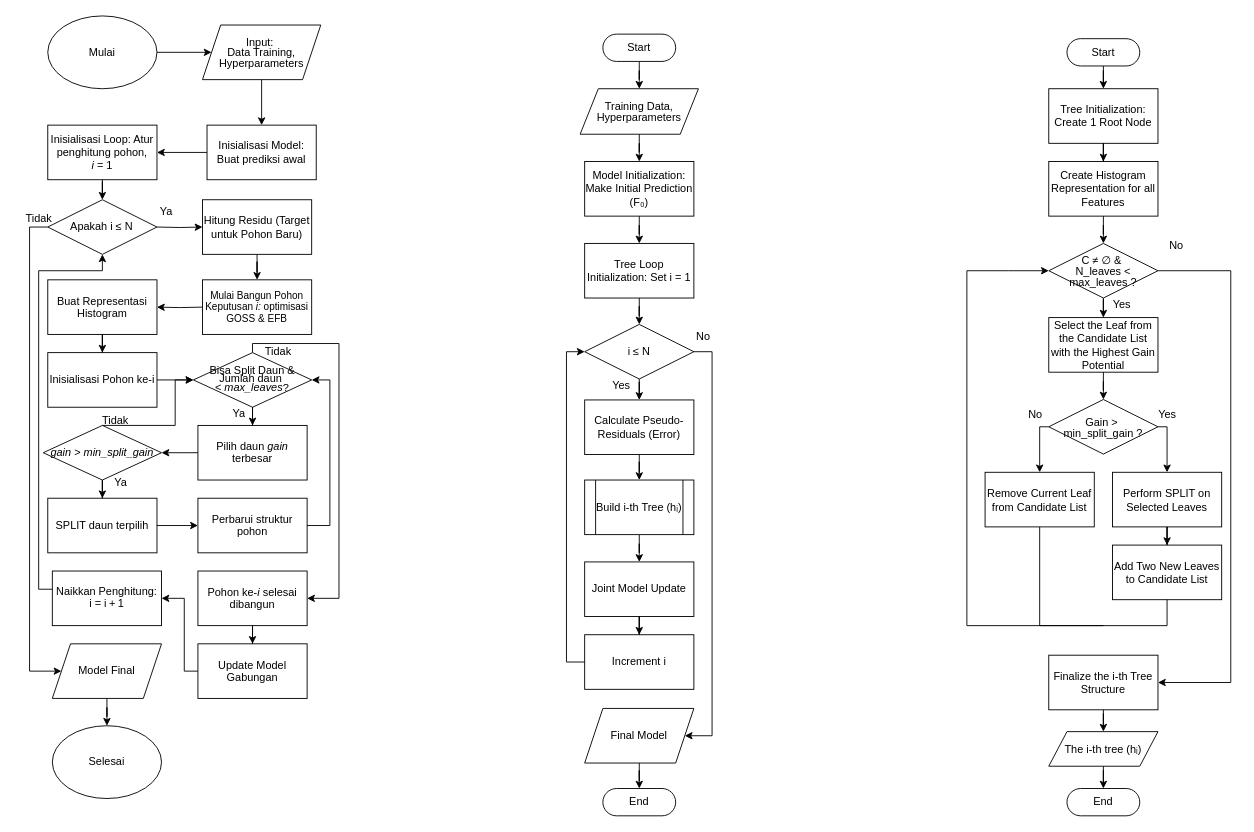
The draw.io diagram diagrams/Flowchart LGBM 2 .drawio in fadhilra101/skripsi, before the edit. Source tidied: cells renumbered, new cells numbered last; positions are measured from the earlier drawing's top-left corner, leaving out a move shared by most shapes. Both pictures are drawn from the tidied source at 91%, with x=0, y=0 at pixel (15, 15).
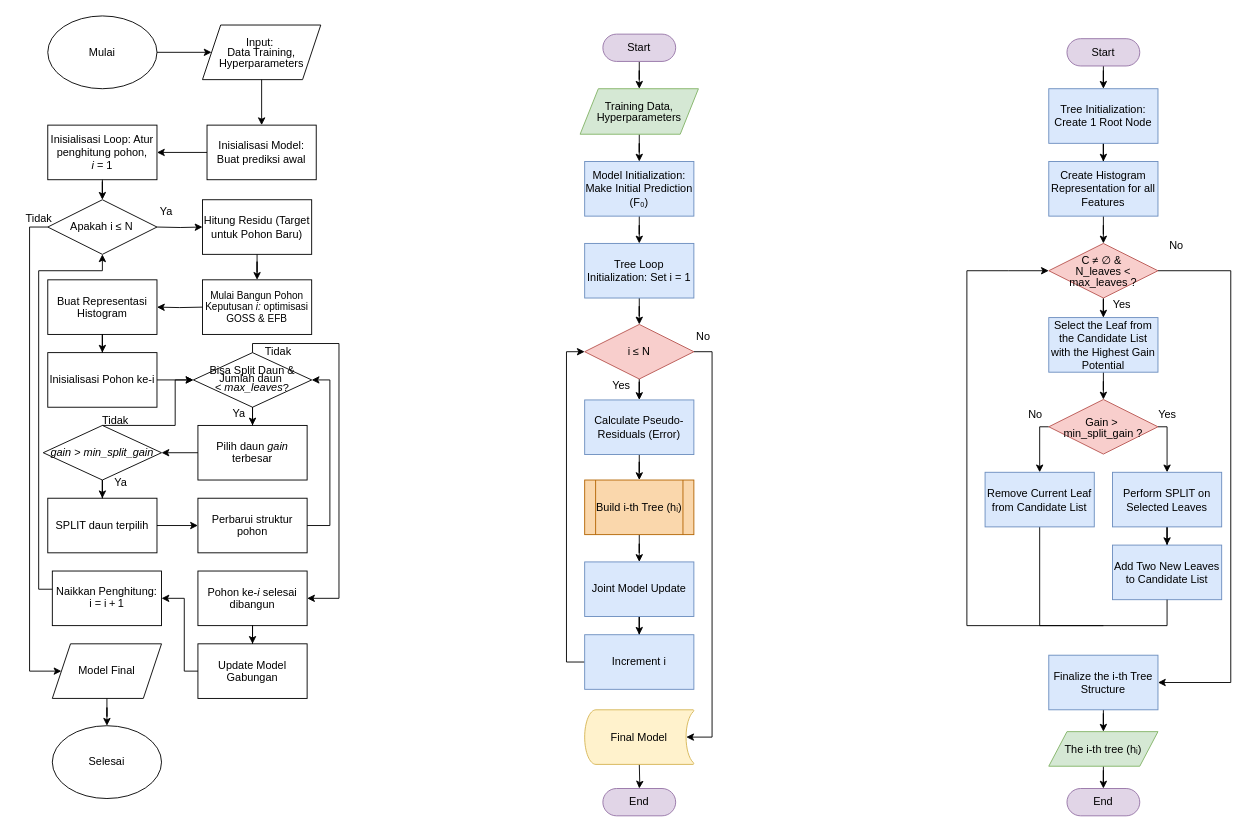
Above is the later version.

What changed in the source:
```diff
@@
-    <mxCell id="49" value="Start" style="html=1;dashed=0;whiteSpace=wrap;shape=mxgraph.dfd.start;" parent="1" vertex="1">
+    <mxCell id="49" value="Start" style="html=1;dashed=0;whiteSpace=wrap;shape=mxgraph.dfd.start;fillColor=#e1d5e7;strokeColor=#9673a6;" parent="1" vertex="1">
       <mxGeometry x="645" y="20" width="80" height="30" as="geometry" />
     </mxCell>
@@
-    <mxCell id="51" value="&lt;div style=&quot;line-height: 100%;&quot;&gt;Training Data, Hyperparameters&lt;/div&gt;" style="shape=parallelogram;perimeter=parallelogramPerimeter;whiteSpace=wrap;html=1;fixedSize=1;strokeColor=default;align=center;verticalAlign=middle;fontFamily=Helvetica;fontSize=12;fontColor=default;fillColor=none;" parent="1" vertex="1">
+    <mxCell id="51" value="&lt;div style=&quot;line-height: 100%;&quot;&gt;Training Data, Hyperparameters&lt;/div&gt;" style="shape=parallelogram;perimeter=parallelogramPerimeter;whiteSpace=wrap;html=1;fixedSize=1;strokeColor=#82b366;align=center;verticalAlign=middle;fontFamily=Helvetica;fontSize=12;fillColor=#d5e8d4;" parent="1" vertex="1">
       <mxGeometry x="620" y="80" width="130" height="50" as="geometry" />
     </mxCell>
@@
-    <mxCell id="53" value="Model Initialization: Make Initial Prediction (F₀)" style="rounded=0;whiteSpace=wrap;html=1;strokeColor=default;align=center;verticalAlign=middle;fontFamily=Helvetica;fontSize=12;fontColor=default;fillColor=none;" parent="1" vertex="1">
+    <mxCell id="53" value="Model Initialization: Make Initial Prediction (F₀)" style="rounded=0;whiteSpace=wrap;html=1;strokeColor=#6c8ebf;align=center;verticalAlign=middle;fontFamily=Helvetica;fontSize=12;fillColor=#dae8fc;" parent="1" vertex="1">
       <mxGeometry x="625" y="160" width="120" height="60" as="geometry" />
     </mxCell>
@@
-    <mxCell id="55" value="Tree Loop Initialization: Set i = 1" style="rounded=0;whiteSpace=wrap;html=1;strokeColor=default;align=center;verticalAlign=middle;fontFamily=Helvetica;fontSize=12;fontColor=default;fillColor=none;" parent="1" vertex="1">
+    <mxCell id="55" value="Tree Loop Initialization: Set i = 1" style="rounded=0;whiteSpace=wrap;html=1;strokeColor=#6c8ebf;align=center;verticalAlign=middle;fontFamily=Helvetica;fontSize=12;fillColor=#dae8fc;" parent="1" vertex="1">
       <mxGeometry x="625" y="250" width="120" height="60" as="geometry" />
     </mxCell>
@@
-    <mxCell id="57" style="edgeStyle=orthogonalEdgeStyle;rounded=0;jettySize=auto;html=1;entryX=1;entryY=0.5;entryDx=0;entryDy=0;" parent="1" edge="1" source="58" target="68">
+    <mxCell id="57" style="edgeStyle=orthogonalEdgeStyle;rounded=0;jettySize=auto;html=1;entryX=0.93;entryY=0.5;entryDx=0;entryDy=0;entryPerimeter=0;" parent="1" edge="1" source="58" target="68">
       <mxGeometry relative="1" as="geometry">
         <Array as="points">
           <mxPoint x="765" y="369" />
-          <mxPoint x="765" y="791" />
+          <mxPoint x="765" y="793" />
         </Array>
       </mxGeometry>
     </mxCell>
-    <mxCell id="58" value="i ≤ N" style="rhombus;whiteSpace=wrap;html=1;fillColor=none;" parent="1" vertex="1">
+    <mxCell id="58" value="i ≤ N" style="rhombus;whiteSpace=wrap;html=1;fillColor=#f8cecc;strokeColor=#b85450;" parent="1" vertex="1">
       <mxGeometry x="625" y="339" width="120" height="60" as="geometry" />
     </mxCell>
@@
-    <mxCell id="60" value="Calculate Pseudo-Residuals (Error)" style="rounded=0;whiteSpace=wrap;html=1;strokeColor=default;align=center;verticalAlign=middle;fontFamily=Helvetica;fontSize=12;fontColor=default;fillColor=none;" parent="1" vertex="1">
+    <mxCell id="60" value="Calculate Pseudo-Residuals (Error)" style="rounded=0;whiteSpace=wrap;html=1;strokeColor=#6c8ebf;align=center;verticalAlign=middle;fontFamily=Helvetica;fontSize=12;fillColor=#dae8fc;" parent="1" vertex="1">
       <mxGeometry x="625" y="422" width="120" height="60" as="geometry" />
     </mxCell>
@@
-    <mxCell id="62" value="Build i-th Tree (hᵢ)" style="shape=process;whiteSpace=wrap;html=1;backgroundOutline=1;" parent="1" vertex="1">
+    <mxCell id="62" value="Build i-th Tree (hᵢ)" style="shape=process;whiteSpace=wrap;html=1;backgroundOutline=1;fillColor=#fad7ac;strokeColor=#b46504;" parent="1" vertex="1">
       <mxGeometry x="625" y="510" width="120" height="60" as="geometry" />
     </mxCell>
@@
-    <mxCell id="64" value="Joint Model Update" style="rounded=0;whiteSpace=wrap;html=1;strokeColor=default;align=center;verticalAlign=middle;fontFamily=Helvetica;fontSize=12;fontColor=default;fillColor=none;" parent="1" vertex="1">
+    <mxCell id="64" value="Joint Model Update" style="rounded=0;whiteSpace=wrap;html=1;strokeColor=#6c8ebf;align=center;verticalAlign=middle;fontFamily=Helvetica;fontSize=12;fillColor=#dae8fc;" parent="1" vertex="1">
       <mxGeometry x="625" y="600" width="120" height="60" as="geometry" />
     </mxCell>
@@
-    <mxCell id="66" value="&lt;div&gt;Increment i&lt;/div&gt;" style="rounded=0;whiteSpace=wrap;html=1;strokeColor=default;align=center;verticalAlign=middle;fontFamily=Helvetica;fontSize=12;fontColor=default;fillColor=none;" parent="1" vertex="1">
+    <mxCell id="66" value="&lt;div&gt;Increment i&lt;/div&gt;" style="rounded=0;whiteSpace=wrap;html=1;strokeColor=#6c8ebf;align=center;verticalAlign=middle;fontFamily=Helvetica;fontSize=12;fillColor=#dae8fc;" parent="1" vertex="1">
       <mxGeometry x="625" y="680" width="120" height="60" as="geometry" />
     </mxCell>
-    <mxCell id="67" style="edgeStyle=orthogonalEdgeStyle;rounded=0;jettySize=auto;html=1;" parent="1" edge="1" source="68" target="69">
-      <mxGeometry relative="1" as="geometry" />
+    <mxCell id="67" style="edgeStyle=orthogonalEdgeStyle;rounded=0;jettySize=auto;html=1;" parent="1" edge="1" target="69">
+      <mxGeometry relative="1" as="geometry">
+        <mxPoint x="685" y="821" as="sourcePoint" />
+      </mxGeometry>
     </mxCell>
-    <mxCell id="68" value="Final Model" style="shape=parallelogram;perimeter=parallelogramPerimeter;whiteSpace=wrap;html=1;fixedSize=1;strokeColor=default;align=center;verticalAlign=middle;fontFamily=Helvetica;fontSize=12;fontColor=default;fillColor=none;" parent="1" vertex="1">
-      <mxGeometry x="625" y="761" width="120" height="60" as="geometry" />
-    </mxCell>
-    <mxCell id="69" value="End" style="html=1;dashed=0;whiteSpace=wrap;shape=mxgraph.dfd.start;" parent="1" vertex="1">
+    <mxCell id="69" value="End" style="html=1;dashed=0;whiteSpace=wrap;shape=mxgraph.dfd.start;fillColor=#e1d5e7;strokeColor=#9673a6;" parent="1" vertex="1">
       <mxGeometry x="645" y="849" width="80" height="30" as="geometry" />
     </mxCell>
@@
-    <mxCell id="73" value="Start" style="html=1;dashed=0;whiteSpace=wrap;shape=mxgraph.dfd.start;" parent="1" vertex="1">
+    <mxCell id="73" value="Start" style="html=1;dashed=0;whiteSpace=wrap;shape=mxgraph.dfd.start;fillColor=#e1d5e7;strokeColor=#9673a6;" parent="1" vertex="1">
       <mxGeometry x="1155" y="25" width="80" height="30" as="geometry" />
     </mxCell>
@@
-    <mxCell id="75" value="Tree Initialization: Create 1 Root Node" style="rounded=0;whiteSpace=wrap;html=1;strokeColor=default;align=center;verticalAlign=middle;fontFamily=Helvetica;fontSize=12;fontColor=default;fillColor=none;" parent="1" vertex="1">
+    <mxCell id="75" value="Tree Initialization: Create 1 Root Node" style="rounded=0;whiteSpace=wrap;html=1;strokeColor=#6c8ebf;align=center;verticalAlign=middle;fontFamily=Helvetica;fontSize=12;fillColor=#dae8fc;" parent="1" vertex="1">
       <mxGeometry x="1135" y="80" width="120" height="60" as="geometry" />
     </mxCell>
@@
-    <mxCell id="77" value="Create Histogram Representation for all Features" style="rounded=0;whiteSpace=wrap;html=1;strokeColor=default;align=center;verticalAlign=middle;fontFamily=Helvetica;fontSize=12;fontColor=default;fillColor=none;" parent="1" vertex="1">
+    <mxCell id="77" value="Create Histogram Representation for all Features" style="rounded=0;whiteSpace=wrap;html=1;strokeColor=#6c8ebf;align=center;verticalAlign=middle;fontFamily=Helvetica;fontSize=12;fillColor=#dae8fc;" parent="1" vertex="1">
       <mxGeometry x="1135" y="160" width="120" height="60" as="geometry" />
     </mxCell>
@@
-    <mxCell id="81" value="&lt;div style=&quot;line-height: 100%;&quot;&gt;C ≠ ∅ &amp;amp;&amp;nbsp;&lt;/div&gt;&lt;div style=&quot;line-height: 100%;&quot;&gt;N_leaves &amp;lt; max_leaves ?&lt;/div&gt;" style="rhombus;whiteSpace=wrap;html=1;fillColor=none;" parent="1" vertex="1">
+    <mxCell id="81" value="&lt;div style=&quot;line-height: 100%;&quot;&gt;C ≠ ∅ &amp;amp;&amp;nbsp;&lt;/div&gt;&lt;div style=&quot;line-height: 100%;&quot;&gt;N_leaves &amp;lt; max_leaves ?&lt;/div&gt;" style="rhombus;whiteSpace=wrap;html=1;fillColor=#f8cecc;strokeColor=#b85450;" parent="1" vertex="1">
       <mxGeometry x="1135" y="250" width="120" height="60" as="geometry" />
     </mxCell>
@@
-    <mxCell id="83" value="Select the Leaf from the Candidate List with the Highest Gain Potential" style="rounded=0;whiteSpace=wrap;html=1;strokeColor=default;align=center;verticalAlign=middle;fontFamily=Helvetica;fontSize=12;fontColor=default;fillColor=none;" parent="1" vertex="1">
+    <mxCell id="83" value="Select the Leaf from the Candidate List with the Highest Gain Potential" style="rounded=0;whiteSpace=wrap;html=1;strokeColor=#6c8ebf;align=center;verticalAlign=middle;fontFamily=Helvetica;fontSize=12;fillColor=#dae8fc;" parent="1" vertex="1">
       <mxGeometry x="1135" y="331.5" width="120" height="60" as="geometry" />
     </mxCell>
@@
-    <mxCell id="86" value="&lt;div style=&quot;line-height: 100%;&quot;&gt;Gain &amp;gt;&amp;nbsp;&lt;/div&gt;&lt;div style=&quot;line-height: 100%;&quot;&gt;min_split_gain ?&lt;/div&gt;" style="rhombus;whiteSpace=wrap;html=1;fillColor=none;" parent="1" vertex="1">
+    <mxCell id="86" value="&lt;div style=&quot;line-height: 100%;&quot;&gt;Gain &amp;gt;&amp;nbsp;&lt;/div&gt;&lt;div style=&quot;line-height: 100%;&quot;&gt;min_split_gain ?&lt;/div&gt;" style="rhombus;whiteSpace=wrap;html=1;fillColor=#f8cecc;strokeColor=#b85450;" parent="1" vertex="1">
       <mxGeometry x="1135" y="421.5" width="120" height="60" as="geometry" />
     </mxCell>
@@
-    <mxCell id="88" value="Perform SPLIT on Selected Leaves" style="rounded=0;whiteSpace=wrap;html=1;strokeColor=default;align=center;verticalAlign=middle;fontFamily=Helvetica;fontSize=12;fontColor=default;fillColor=none;" parent="1" vertex="1">
+    <mxCell id="88" value="Perform SPLIT on Selected Leaves" style="rounded=0;whiteSpace=wrap;html=1;strokeColor=#6c8ebf;align=center;verticalAlign=middle;fontFamily=Helvetica;fontSize=12;fillColor=#dae8fc;" parent="1" vertex="1">
       <mxGeometry x="1205" y="501.5" width="120" height="60" as="geometry" />
     </mxCell>
-    <mxCell id="89" value="Add Two New Leaves to Candidate List" style="rounded=0;whiteSpace=wrap;html=1;strokeColor=default;align=center;verticalAlign=middle;fontFamily=Helvetica;fontSize=12;fontColor=default;fillColor=none;" parent="1" vertex="1">
+    <mxCell id="89" value="Add Two New Leaves to Candidate List" style="rounded=0;whiteSpace=wrap;html=1;strokeColor=#6c8ebf;align=center;verticalAlign=middle;fontFamily=Helvetica;fontSize=12;fillColor=#dae8fc;" parent="1" vertex="1">
       <mxGeometry x="1205" y="581.5" width="120" height="60" as="geometry" />
     </mxCell>
@@
-    <mxCell id="91" value="Remove Current Leaf from Candidate List" style="rounded=0;whiteSpace=wrap;html=1;strokeColor=default;align=center;verticalAlign=middle;fontFamily=Helvetica;fontSize=12;fontColor=default;fillColor=none;" parent="1" vertex="1">
+    <mxCell id="91" value="Remove Current Leaf from Candidate List" style="rounded=0;whiteSpace=wrap;html=1;strokeColor=#6c8ebf;align=center;verticalAlign=middle;fontFamily=Helvetica;fontSize=12;fillColor=#dae8fc;" parent="1" vertex="1">
       <mxGeometry x="1065" y="501.5" width="120" height="60" as="geometry" />
     </mxCell>
@@
-    <mxCell id="93" value="Finalize the i-th Tree Structure" style="rounded=0;whiteSpace=wrap;html=1;strokeColor=default;align=center;verticalAlign=middle;fontFamily=Helvetica;fontSize=12;fontColor=default;fillColor=none;" parent="1" vertex="1">
+    <mxCell id="93" value="Finalize the i-th Tree Structure" style="rounded=0;whiteSpace=wrap;html=1;strokeColor=#6c8ebf;align=center;verticalAlign=middle;fontFamily=Helvetica;fontSize=12;fillColor=#dae8fc;" parent="1" vertex="1">
       <mxGeometry x="1135" y="702.5" width="120" height="60" as="geometry" />
     </mxCell>
@@
-    <mxCell id="95" value="The i-th tree (hᵢ)" style="shape=parallelogram;perimeter=parallelogramPerimeter;whiteSpace=wrap;html=1;fixedSize=1;strokeColor=default;align=center;verticalAlign=middle;fontFamily=Helvetica;fontSize=12;fontColor=default;fillColor=none;" parent="1" vertex="1">
+    <mxCell id="95" value="The i-th tree (hᵢ)" style="shape=parallelogram;perimeter=parallelogramPerimeter;whiteSpace=wrap;html=1;fixedSize=1;strokeColor=#82b366;align=center;verticalAlign=middle;fontFamily=Helvetica;fontSize=12;fillColor=#d5e8d4;" parent="1" vertex="1">
       <mxGeometry x="1135" y="786.5" width="120" height="38" as="geometry" />
     </mxCell>
-    <mxCell id="96" value="End" style="html=1;dashed=0;whiteSpace=wrap;shape=mxgraph.dfd.start;" parent="1" vertex="1">
+    <mxCell id="96" value="End" style="html=1;dashed=0;whiteSpace=wrap;shape=mxgraph.dfd.start;fillColor=#e1d5e7;strokeColor=#9673a6;" parent="1" vertex="1">
       <mxGeometry x="1155" y="849" width="80" height="30" as="geometry" />
     </mxCell>
@@
+    <mxCell id="68" value="Final Model" style="strokeWidth=1;html=1;shape=mxgraph.flowchart.stored_data;whiteSpace=wrap;fillColor=#fff2cc;strokeColor=#d6b656;" parent="1" vertex="1">
+      <mxGeometry x="625" y="762.5" width="120" height="60" as="geometry" />
+    </mxCell>
```
